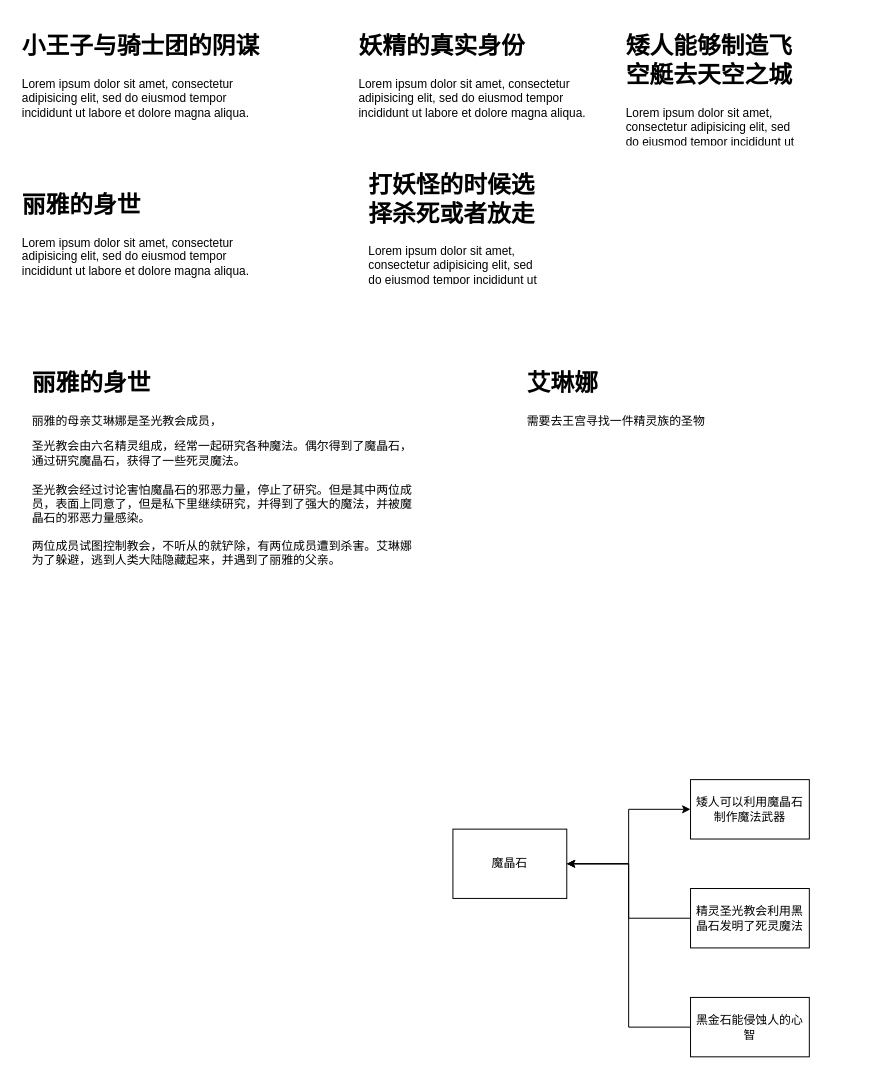
Above: page "clue" (9 of 10) of unity.drawio in goldmine/base (draw.io), before the change. Source tidied: cells renumbered, new cells numbered last; positions are measured from the earlier drawing's top-left corner, leaving out a move shared by most shapes. Both pictures are drawn from the tidied source at 99%, with x=0, y=0 at pixel (17, 27).
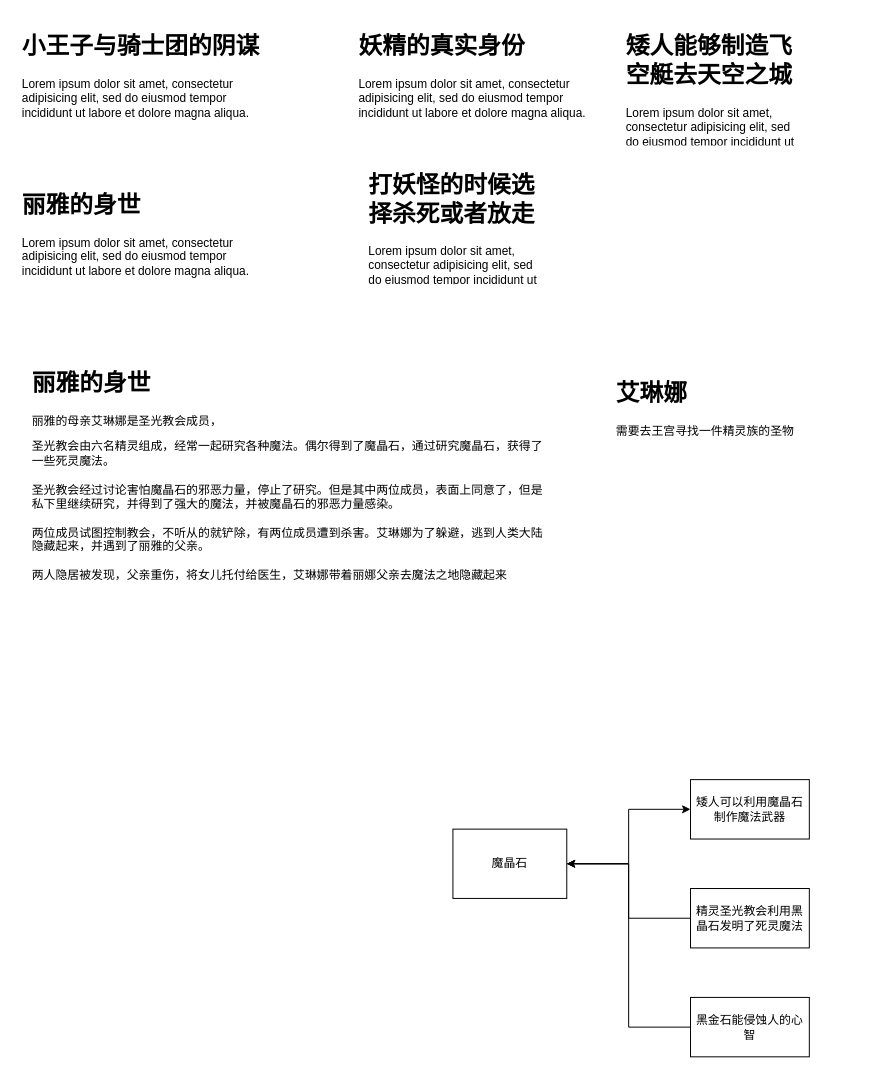
After the change.

Change to the diagram source:
```diff
@@
 <mxGraphModel>
   <root>
     <mxCell id="0" />
     <mxCell id="1" parent="0" />
     <mxCell id="2" value="&lt;h1&gt;小王子与骑士团的阴谋&lt;/h1&gt;&lt;p&gt;Lorem ipsum dolor sit amet, consectetur adipisicing elit, sed do eiusmod tempor incididunt ut labore et dolore magna aliqua.&lt;/p&gt;" style="text;html=1;strokeColor=none;fillColor=none;spacing=5;spacingTop=-20;whiteSpace=wrap;overflow=hidden;rounded=0;" parent="1" vertex="1">
       <mxGeometry width="250" height="120" as="geometry" />
     </mxCell>
     <mxCell id="3" value="&lt;h1&gt;妖精的真实身份&lt;/h1&gt;&lt;p&gt;Lorem ipsum dolor sit amet, consectetur adipisicing elit, sed do eiusmod tempor incididunt ut labore et dolore magna aliqua.&lt;/p&gt;" style="text;html=1;strokeColor=none;fillColor=none;spacing=5;spacingTop=-20;whiteSpace=wrap;overflow=hidden;rounded=0;" parent="1" vertex="1">
       <mxGeometry x="340" width="250" height="120" as="geometry" />
     </mxCell>
     <mxCell id="4" value="&lt;h1&gt;丽雅的身世&lt;/h1&gt;&lt;p&gt;Lorem ipsum dolor sit amet, consectetur adipisicing elit, sed do eiusmod tempor incididunt ut labore et dolore magna aliqua.&lt;/p&gt;" style="text;html=1;strokeColor=none;fillColor=none;spacing=5;spacingTop=-20;whiteSpace=wrap;overflow=hidden;rounded=0;" parent="1" vertex="1">
       <mxGeometry y="160" width="250" height="120" as="geometry" />
     </mxCell>
     <mxCell id="5" value="&lt;h1&gt;打妖怪的时候选择杀死或者放走&lt;/h1&gt;&lt;p&gt;Lorem ipsum dolor sit amet, consectetur adipisicing elit, sed do eiusmod tempor incididunt ut labore et dolore magna aliqua.&lt;/p&gt;" style="text;html=1;strokeColor=none;fillColor=none;spacing=5;spacingTop=-20;whiteSpace=wrap;overflow=hidden;rounded=0;" parent="1" vertex="1">
       <mxGeometry x="350" y="140" width="190" height="120" as="geometry" />
     </mxCell>
     <mxCell id="6" value="&lt;h1&gt;矮人能够制造飞空艇去天空之城&lt;/h1&gt;&lt;p&gt;Lorem ipsum dolor sit amet, consectetur adipisicing elit, sed do eiusmod tempor incididunt ut labore et dolore magna aliqua.&lt;/p&gt;" style="text;html=1;strokeColor=none;fillColor=none;spacing=5;spacingTop=-20;whiteSpace=wrap;overflow=hidden;rounded=0;" parent="1" vertex="1">
       <mxGeometry x="610" width="190" height="120" as="geometry" />
     </mxCell>
-    <mxCell id="7" value="&lt;h1&gt;丽雅的身世&lt;/h1&gt;&lt;p&gt;丽雅的母亲艾琳娜是圣光教会成员，&lt;/p&gt;圣光教会由六名精灵组成，经常一起研究各种魔法。偶尔得到了魔晶石，通过研究魔晶石，获得了一些死灵魔法。&lt;br&gt;&lt;br&gt;圣光教会经过讨论害怕魔晶石的邪恶力量，停止了研究。但是其中两位成员，表面上同意了，但是私下里继续研究，并得到了强大的魔法，并被魔晶石的邪恶力量感染。&lt;br&gt;&lt;br&gt;两位成员试图控制教会，不听从的就铲除，有两位成员遭到杀害。艾琳娜为了躲避，逃到人类大陆隐藏起来，并遇到了丽雅的父亲。" style="text;html=1;strokeColor=none;fillColor=none;spacing=5;spacingTop=-20;whiteSpace=wrap;overflow=hidden;rounded=0;" parent="1" vertex="1">
-      <mxGeometry x="10" y="340" width="400" height="240" as="geometry" />
+    <mxCell id="7" value="&lt;h1&gt;丽雅的身世&lt;/h1&gt;&lt;p&gt;丽雅的母亲艾琳娜是圣光教会成员，&lt;/p&gt;圣光教会由六名精灵组成，经常一起研究各种魔法。偶尔得到了魔晶石，通过研究魔晶石，获得了一些死灵魔法。&lt;br&gt;&lt;br&gt;圣光教会经过讨论害怕魔晶石的邪恶力量，停止了研究。但是其中两位成员，表面上同意了，但是私下里继续研究，并得到了强大的魔法，并被魔晶石的邪恶力量感染。&lt;br&gt;&lt;br&gt;两位成员试图控制教会，不听从的就铲除，有两位成员遭到杀害。艾琳娜为了躲避，逃到人类大陆隐藏起来，并遇到了丽雅的父亲。&lt;br&gt;&lt;br&gt;两人隐居被发现，父亲重伤，将女儿托付给医生，艾琳娜带着丽娜父亲去魔法之地隐藏起来" style="text;html=1;strokeColor=none;fillColor=none;spacing=5;spacingTop=-20;whiteSpace=wrap;overflow=hidden;rounded=0;" parent="1" vertex="1">
+      <mxGeometry x="10" y="340" width="530" height="280" as="geometry" />
     </mxCell>
     <mxCell id="8" value="&lt;h1&gt;艾琳娜&lt;/h1&gt;&lt;p&gt;需要去王宫寻找一件精灵族的圣物&lt;/p&gt;" style="text;html=1;strokeColor=none;fillColor=none;spacing=5;spacingTop=-20;whiteSpace=wrap;overflow=hidden;rounded=0;" parent="1" vertex="1">
-      <mxGeometry x="510" y="340" width="250" height="120" as="geometry" />
+      <mxGeometry x="600" y="350" width="250" height="120" as="geometry" />
     </mxCell>
     <mxCell id="9" style="edgeStyle=orthogonalEdgeStyle;rounded=0;jettySize=auto;html=1;" parent="1" edge="1" source="10" target="11">
       <mxGeometry relative="1" as="geometry" />
     </mxCell>
     <mxCell id="10" value="魔晶石" style="rounded=0;whiteSpace=wrap;html=1;" parent="1" vertex="1">
       <mxGeometry x="440" y="810" width="115" height="70" as="geometry" />
     </mxCell>
     <mxCell id="11" value="矮人可以利用魔晶石制作魔法武器" style="whiteSpace=wrap;html=1;rounded=0;" parent="1" vertex="1">
       <mxGeometry x="680" y="760" width="120" height="60" as="geometry" />
     </mxCell>
     <mxCell id="12" style="edgeStyle=orthogonalEdgeStyle;rounded=0;jettySize=auto;html=1;" parent="1" edge="1" source="13" target="10">
       <mxGeometry relative="1" as="geometry" />
     </mxCell>
     <mxCell id="13" value="精灵圣光教会利用黑晶石发明了死灵魔法" style="rounded=0;whiteSpace=wrap;html=1;" parent="1" vertex="1">
       <mxGeometry x="680" y="870" width="120" height="60" as="geometry" />
     </mxCell>
     <mxCell id="14" style="edgeStyle=orthogonalEdgeStyle;rounded=0;jettySize=auto;html=1;entryX=1;entryY=0.5;entryDx=0;entryDy=0;" parent="1" edge="1" source="15" target="10">
       <mxGeometry relative="1" as="geometry" />
     </mxCell>
     <mxCell id="15" value="黑金石能侵蚀人的心智" style="rounded=0;whiteSpace=wrap;html=1;" parent="1" vertex="1">
       <mxGeometry x="680" y="980" width="120" height="60" as="geometry" />
     </mxCell>
   </root>
 </mxGraphModel>
```
